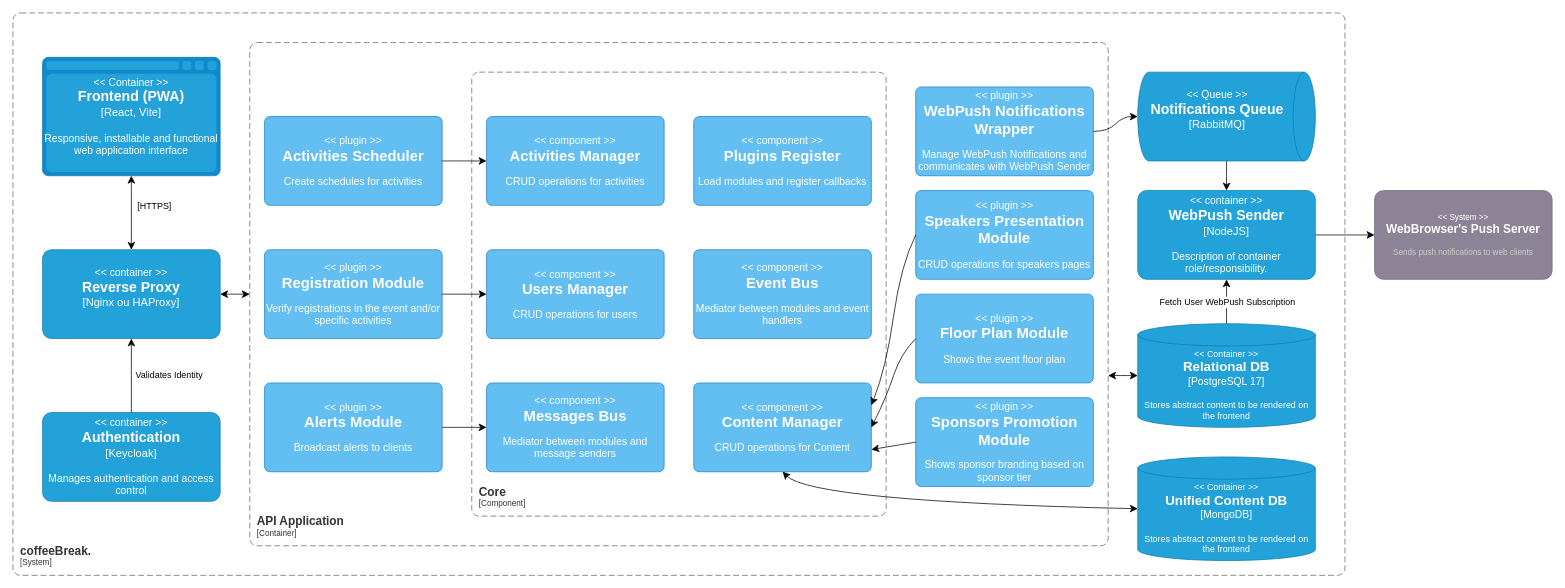
Above: page "ComponentsDiagramC4" (6 of 10) of coffeeBreak.drawio in PI-coffeeBreak/diagrams (draw.io), before the change. Source tidied: cells renumbered, new cells numbered last; positions are measured from the earlier drawing's top-left corner, leaving out a move shared by most shapes. Both pictures are drawn from the tidied source at 74%, with x=0, y=0 at pixel (13, 13).
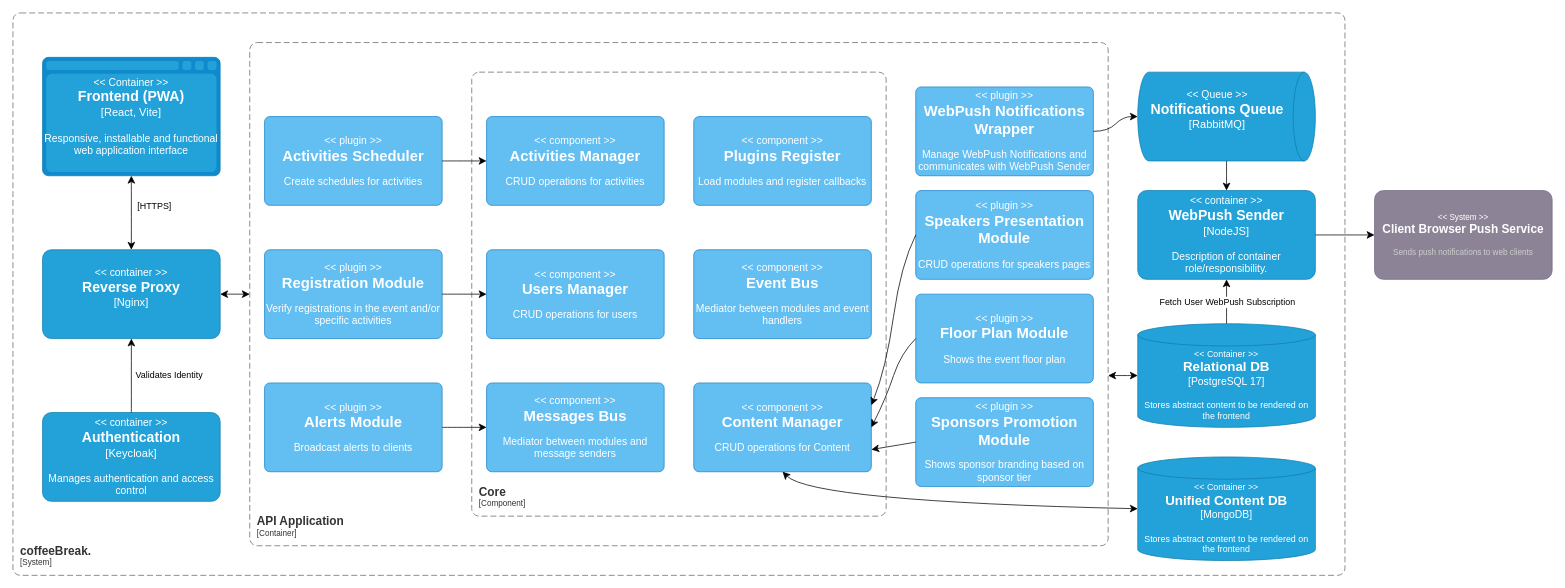
The same diagram, later.

Diff of the diagram source:
```diff
@@
-    <object id="2" label="&lt;font style=&quot;font-size: 14px&quot;&gt;&lt;div&gt;&lt;&lt; %c4Type% &gt;&gt;&lt;/div&gt;&lt;/font&gt;&lt;font style=&quot;font-size: 19px&quot;&gt;&lt;/div&gt;&lt;b&gt;%c4Name%&lt;/b&gt;&lt;/font&gt;&#10;&lt;font style=&quot;font-size: 15px&quot;&gt;&lt;div&gt;[%c4Technology%]&lt;/div&gt;&lt;/font&gt;&lt;br&gt;&lt;div&gt;&lt;font style=&quot;font-size: 14px&quot;&gt;%c4Description%&lt;/font&gt;&lt;/div&gt;" c4Description="" c4Name="Reverse Proxy" c4Technology="Nginx ou HAProxy" c4Type="container" placeholders="1">
+    <object id="2" label="&lt;font style=&quot;font-size: 14px&quot;&gt;&lt;div&gt;&lt;&lt; %c4Type% &gt;&gt;&lt;/div&gt;&lt;/font&gt;&lt;font style=&quot;font-size: 19px&quot;&gt;&lt;/div&gt;&lt;b&gt;%c4Name%&lt;/b&gt;&lt;/font&gt;&#10;&lt;font style=&quot;font-size: 15px&quot;&gt;&lt;div&gt;[%c4Technology%]&lt;/div&gt;&lt;/font&gt;&lt;br&gt;&lt;div&gt;&lt;font style=&quot;font-size: 14px&quot;&gt;%c4Description%&lt;/font&gt;&lt;/div&gt;" c4Description="" c4Name="Reverse Proxy" c4Technology="Nginx" c4Type="container" placeholders="1">
       <mxCell style="rounded=1;whiteSpace=wrap;html=1;fontSize=11;labelBackgroundColor=none;fillColor=#23A2D9;fontColor=#ffffff;align=center;arcSize=10;strokeColor=#0E7DAD;points=[[0.25,0,0],[0.5,0,0],[0.75,0,0],[1,0.25,0],[1,0.5,0],[1,0.75,0],[0.75,1,0],[0.5,1,0],[0.25,1,0],[0,0.75,0],[0,0.5,0],[0,0.25,0]];" parent="1" vertex="1">
         <mxGeometry x="40" y="320" width="240" height="120" as="geometry" />
       </mxCell>
     </object>
@@
-    <object id="7" label="&lt;font style=&quot;font-size: 11px&quot;&gt;&lt;div&gt;&lt;&lt; %c4Type% &gt;&gt;&lt;/div&gt;&lt;/font&gt;&lt;font style=&quot;font-size: 16px&quot;&gt;&lt;b&gt;%c4Name%&lt;/b&gt;&lt;/font&gt;&lt;br&gt;&lt;br&gt;&lt;div&gt;&lt;font style=&quot;font-size: 11px&quot;&gt;&lt;font color=&quot;#cccccc&quot;&gt;%c4Description%&lt;/font&gt;&lt;/div&gt;" c4Description="Sends push notifications to web clients" c4Name="WebBrowser's Push Server" c4Type="System" placeholders="1">
+    <object id="7" label="&lt;font style=&quot;font-size: 11px&quot;&gt;&lt;div&gt;&lt;&lt; %c4Type% &gt;&gt;&lt;/div&gt;&lt;/font&gt;&lt;font style=&quot;font-size: 16px&quot;&gt;&lt;b&gt;%c4Name%&lt;/b&gt;&lt;/font&gt;&lt;br&gt;&lt;br&gt;&lt;div&gt;&lt;font style=&quot;font-size: 11px&quot;&gt;&lt;font color=&quot;#cccccc&quot;&gt;%c4Description%&lt;/font&gt;&lt;/div&gt;" c4Description="Sends push notifications to web clients" c4Name="Client Browser Push Service" c4Type="System" placeholders="1">
       <mxCell style="rounded=1;whiteSpace=wrap;html=1;labelBackgroundColor=none;fillColor=#8C8496;fontColor=#ffffff;align=center;arcSize=10;strokeColor=#736782;points=[[0.25,0,0],[0.5,0,0],[0.75,0,0],[1,0.25,0],[1,0.5,0],[1,0.75,0],[0.75,1,0],[0.5,1,0],[0.25,1,0],[0,0.75,0],[0,0.5,0],[0,0.25,0]];" parent="1" vertex="1">
         <mxGeometry x="1840" y="240" width="240" height="120" as="geometry" />
       </mxCell>
     </object>
```
